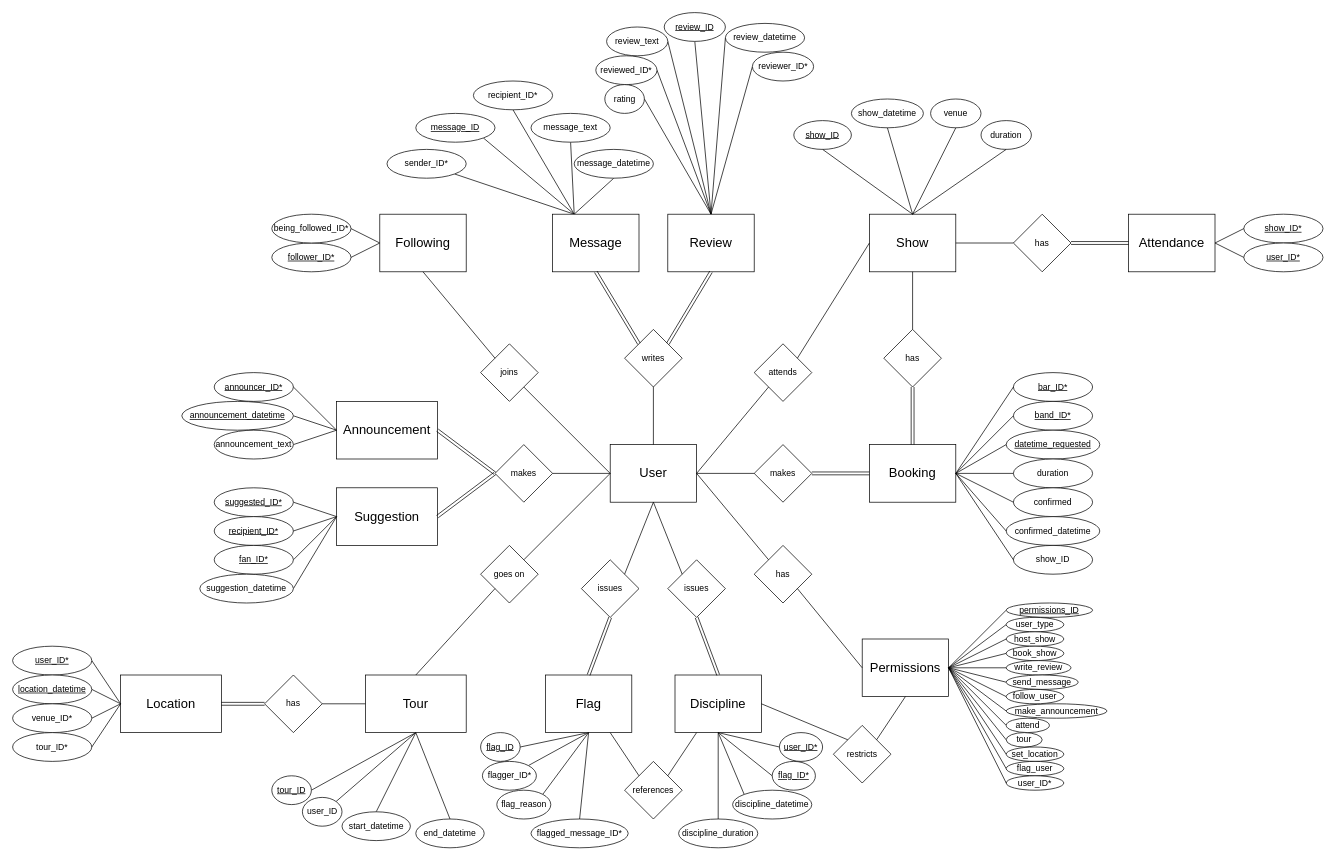
Earlier version of the draw.io diagram er_diagram.drawio (nrwhite88/csc499). Source tidied: cells renumbered, new cells numbered last; positions are measured from the earlier drawing's top-left corner, leaving out a move shared by most shapes. Both pictures are drawn from the tidied source at 72%, with x=0, y=0 at pixel (12, 12).
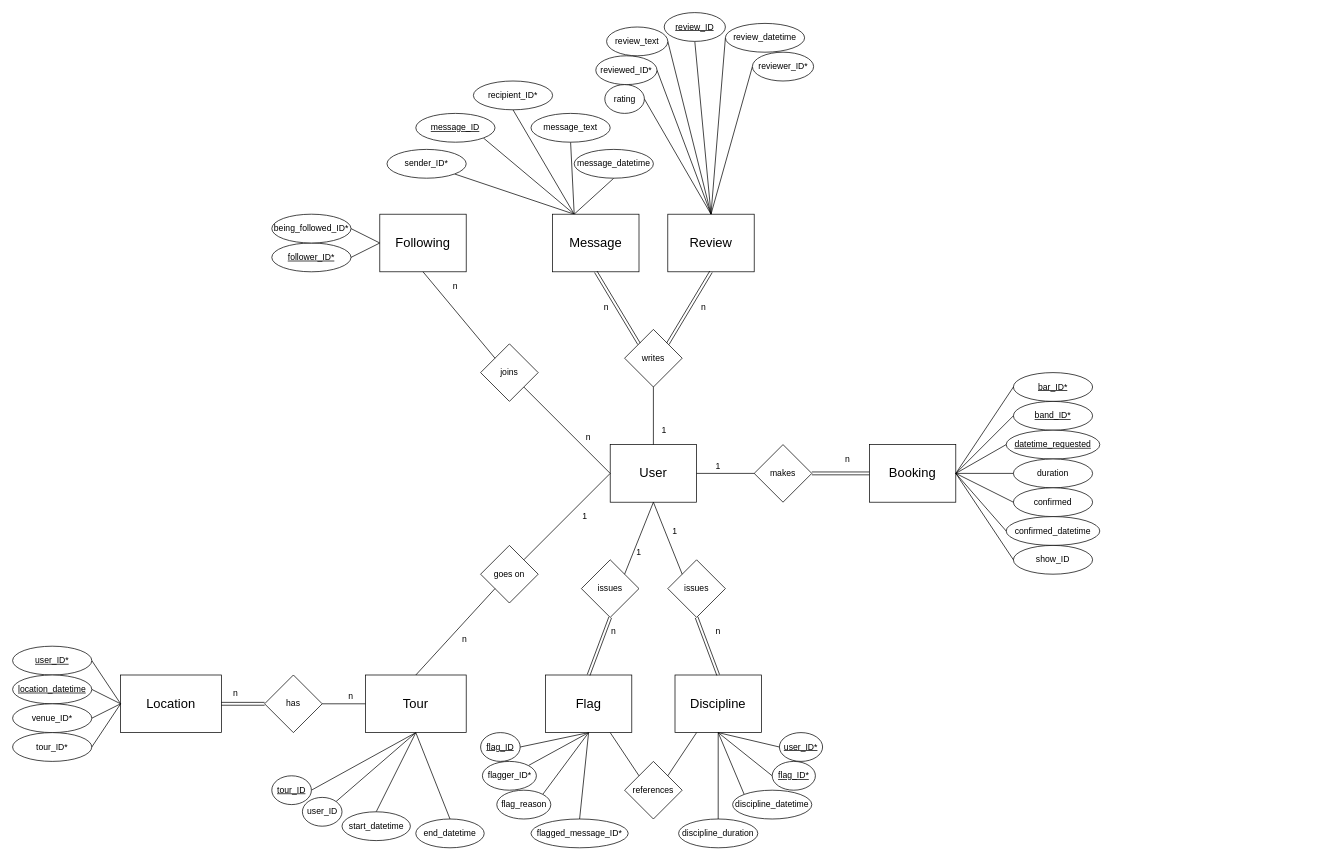
The same diagram, later.

Unchanged cells that the change refers to:
```xml
<mxCell id="2" value="&lt;font style=&quot;font-size: 18px&quot;&gt;User&lt;/font&gt;" style="rounded=0;whiteSpace=wrap;html=1;" parent="1" vertex="1">
  <mxGeometry x="830" y="600" width="120" height="80" as="geometry" />
</mxCell>
<mxCell id="4" value="&lt;font style=&quot;font-size: 18px&quot;&gt;Booking&lt;/font&gt;" style="rounded=0;whiteSpace=wrap;html=1;" parent="1" vertex="1">
  <mxGeometry x="1190" y="600" width="120" height="80" as="geometry" />
</mxCell>
<mxCell id="68" value="&lt;span style=&quot;font-size: 18px&quot;&gt;Discipline&lt;/span&gt;" style="rounded=0;whiteSpace=wrap;html=1;" parent="1" vertex="1">
  <mxGeometry x="920" y="920" width="120" height="80" as="geometry" />
</mxCell>
```

What changed in the source:
```diff
@@
-    <mxCell id="5" value="&lt;font style=&quot;font-size: 18px&quot;&gt;Show&lt;/font&gt;" style="rounded=0;whiteSpace=wrap;html=1;" parent="1" vertex="1">
-      <mxGeometry x="1190" y="280" width="120" height="80" as="geometry" />
-    </mxCell>
-    <mxCell id="6" value="&lt;font style=&quot;font-size: 18px&quot;&gt;Attendance&lt;/font&gt;" style="rounded=0;whiteSpace=wrap;html=1;" parent="1" vertex="1">
-      <mxGeometry x="1550" y="280" width="120" height="80" as="geometry" />
-    </mxCell>
-    <mxCell id="7" value="has" style="rhombus;whiteSpace=wrap;html=1;" parent="1" vertex="1">
-      <mxGeometry x="1390" y="280" width="80" height="80" as="geometry" />
-    </mxCell>
-    <mxCell id="8" value="has" style="rhombus;whiteSpace=wrap;html=1;" parent="1" vertex="1">
-      <mxGeometry x="1210" y="440" width="80" height="80" as="geometry" />
-    </mxCell>
@@
-    <mxCell id="23" style="endArrow=none;html=1;entryX=0;entryY=0.5;entryDx=0;entryDy=0;exitX=1;exitY=0.5;exitDx=0;exitDy=0;" parent="1" edge="1" source="5" target="7">
-      <mxGeometry relative="1" as="geometry" />
-    </mxCell>
-    <mxCell id="24" style="endArrow=none;html=1;entryX=0.5;entryY=1;entryDx=0;entryDy=0;exitX=0.5;exitY=0;exitDx=0;exitDy=0;" parent="1" edge="1" source="8" target="5">
-      <mxGeometry relative="1" as="geometry" />
-    </mxCell>
@@
-    <mxCell id="29" style="shape=link;html=1;entryX=0.5;entryY=0;entryDx=0;entryDy=0;exitX=0.5;exitY=1;exitDx=0;exitDy=0;" parent="1" edge="1" source="8" target="4">
-      <mxGeometry relative="1" as="geometry" />
-    </mxCell>
-    <mxCell id="30" style="shape=link;html=1;entryX=0;entryY=0.5;entryDx=0;entryDy=0;exitX=1;exitY=0.5;exitDx=0;exitDy=0;" parent="1" edge="1" source="7" target="6">
-      <mxGeometry relative="1" as="geometry" />
-    </mxCell>
@@
-    <mxCell id="37" value="makes" style="rhombus;whiteSpace=wrap;html=1;" parent="1" vertex="1">
-      <mxGeometry x="670" y="600" width="80" height="80" as="geometry" />
-    </mxCell>
-    <mxCell id="38" style="edgeStyle=none;rounded=0;jettySize=auto;html=1;exitX=0;exitY=0.5;exitDx=0;exitDy=0;entryX=1;entryY=0.5;entryDx=0;entryDy=0;endArrow=none;endFill=0;" parent="1" edge="1" source="39" target="148">
-      <mxGeometry relative="1" as="geometry" />
-    </mxCell>
-    <mxCell id="39" value="&lt;font style=&quot;font-size: 18px&quot;&gt;Announcement&lt;/font&gt;" style="rounded=0;whiteSpace=wrap;html=1;" parent="1" vertex="1">
-      <mxGeometry x="450" y="540" width="140" height="80" as="geometry" />
-    </mxCell>
-    <mxCell id="40" style="endArrow=none;html=1;entryX=0;entryY=0.5;entryDx=0;entryDy=0;exitX=1;exitY=0.5;exitDx=0;exitDy=0;" parent="1" edge="1" source="37" target="2">
-      <mxGeometry relative="1" as="geometry" />
-    </mxCell>
-    <mxCell id="41" value="attends" style="rhombus;whiteSpace=wrap;html=1;" parent="1" vertex="1">
-      <mxGeometry x="1030" y="460" width="80" height="80" as="geometry" />
-    </mxCell>
-    <mxCell id="42" style="endArrow=none;html=1;entryX=1;entryY=0.5;entryDx=0;entryDy=0;exitX=0;exitY=1;exitDx=0;exitDy=0;" parent="1" edge="1" source="41" target="2">
-      <mxGeometry relative="1" as="geometry" />
-    </mxCell>
-    <mxCell id="43" style="endArrow=none;html=1;entryX=0;entryY=0.5;entryDx=0;entryDy=0;exitX=1;exitY=0;exitDx=0;exitDy=0;" parent="1" edge="1" source="41" target="5">
-      <mxGeometry relative="1" as="geometry" />
-    </mxCell>
-    <mxCell id="44" style="edgeStyle=none;rounded=0;jettySize=auto;html=1;exitX=0;exitY=0.5;exitDx=0;exitDy=0;entryX=1;entryY=0.5;entryDx=0;entryDy=0;endArrow=none;endFill=0;" parent="1" edge="1" source="45" target="153">
-      <mxGeometry relative="1" as="geometry" />
-    </mxCell>
-    <mxCell id="45" value="&lt;font style=&quot;font-size: 18px&quot;&gt;Suggestion&lt;br&gt;&lt;/font&gt;" style="rounded=0;whiteSpace=wrap;html=1;" parent="1" vertex="1">
-      <mxGeometry x="450" y="660" width="140" height="80" as="geometry" />
-    </mxCell>
-    <mxCell id="46" style="shape=link;html=1;entryX=1;entryY=0.5;entryDx=0;entryDy=0;exitX=0;exitY=0.5;exitDx=0;exitDy=0;" parent="1" edge="1" source="37" target="39">
-      <mxGeometry relative="1" as="geometry" />
-    </mxCell>
-    <mxCell id="47" style="shape=link;html=1;entryX=1;entryY=0.5;entryDx=0;entryDy=0;exitX=0;exitY=0.5;exitDx=0;exitDy=0;" parent="1" edge="1" source="37" target="45">
-      <mxGeometry relative="1" as="geometry" />
-    </mxCell>
@@
-    <mxCell id="61" value="has" style="rhombus;whiteSpace=wrap;html=1;" parent="1" vertex="1">
-      <mxGeometry x="1030" y="740" width="80" height="80" as="geometry" />
-    </mxCell>
@@
-    <mxCell id="63" style="endArrow=none;html=1;entryX=1;entryY=0.5;entryDx=0;entryDy=0;exitX=0;exitY=0;exitDx=0;exitDy=0;" parent="1" edge="1" source="61" target="2">
-      <mxGeometry relative="1" as="geometry" />
-    </mxCell>
@@
-    <mxCell id="66" style="edgeStyle=none;rounded=0;jettySize=auto;html=1;exitX=1;exitY=0.5;exitDx=0;exitDy=0;entryX=0;entryY=0.5;entryDx=0;entryDy=0;endArrow=none;endFill=0;" parent="1" edge="1" source="67" target="121">
-      <mxGeometry relative="1" as="geometry" />
-    </mxCell>
-    <mxCell id="67" value="&lt;span style=&quot;font-size: 18px&quot;&gt;Permissions&lt;/span&gt;" style="rounded=0;whiteSpace=wrap;html=1;" parent="1" vertex="1">
-      <mxGeometry x="1180" y="870" width="120" height="80" as="geometry" />
-    </mxCell>
@@
-    <mxCell id="71" style="endArrow=none;html=1;entryX=1;entryY=1;entryDx=0;entryDy=0;exitX=0;exitY=0.5;exitDx=0;exitDy=0;" parent="1" edge="1" source="67" target="61">
-      <mxGeometry relative="1" as="geometry" />
-    </mxCell>
@@
-    <mxCell id="75" value="restricts" style="rhombus;whiteSpace=wrap;html=1;" parent="1" vertex="1">
-      <mxGeometry x="1140" y="990" width="80" height="80" as="geometry" />
-    </mxCell>
-    <mxCell id="76" style="endArrow=none;html=1;entryX=0.5;entryY=1;entryDx=0;entryDy=0;exitX=1;exitY=0;exitDx=0;exitDy=0;" parent="1" edge="1" source="75" target="67">
-      <mxGeometry relative="1" as="geometry" />
-    </mxCell>
-    <mxCell id="77" style="endArrow=none;html=1;entryX=1;entryY=0.5;entryDx=0;entryDy=0;exitX=0;exitY=0;exitDx=0;exitDy=0;" parent="1" edge="1" source="75" target="68">
-      <mxGeometry relative="1" as="geometry" />
-    </mxCell>
@@
-    <mxCell id="92" style="edgeStyle=none;rounded=0;jettySize=auto;html=1;exitX=0;exitY=0.5;exitDx=0;exitDy=0;endArrow=none;endFill=0;" parent="1" edge="1" source="93">
-      <mxGeometry relative="1" as="geometry">
-        <mxPoint x="1300" y="910" as="targetPoint" />
-      </mxGeometry>
-    </mxCell>
-    <mxCell id="93" value="make_announcement" style="ellipse;whiteSpace=wrap;html=1;" parent="1" vertex="1">
-      <mxGeometry x="1380" y="960" width="140" height="20" as="geometry" />
-    </mxCell>
-    <mxCell id="94" style="edgeStyle=none;rounded=0;jettySize=auto;html=1;exitX=0;exitY=0.5;exitDx=0;exitDy=0;endArrow=none;endFill=0;" parent="1" edge="1" source="95">
-      <mxGeometry relative="1" as="geometry">
-        <mxPoint x="1300" y="910" as="targetPoint" />
-      </mxGeometry>
-    </mxCell>
-    <mxCell id="95" value="attend" style="ellipse;whiteSpace=wrap;html=1;" parent="1" vertex="1">
-      <mxGeometry x="1380" y="980" width="60" height="20" as="geometry" />
-    </mxCell>
-    <mxCell id="96" style="edgeStyle=none;rounded=0;jettySize=auto;html=1;exitX=0;exitY=0.5;exitDx=0;exitDy=0;endArrow=none;endFill=0;" parent="1" edge="1" source="97">
-      <mxGeometry relative="1" as="geometry">
-        <mxPoint x="1300" y="910" as="targetPoint" />
-      </mxGeometry>
-    </mxCell>
-    <mxCell id="97" value="tour" style="ellipse;whiteSpace=wrap;html=1;" parent="1" vertex="1">
-      <mxGeometry x="1380" y="1000" width="50" height="20" as="geometry" />
-    </mxCell>
-    <mxCell id="98" style="edgeStyle=none;rounded=0;jettySize=auto;html=1;exitX=0;exitY=0.5;exitDx=0;exitDy=0;endArrow=none;endFill=0;" parent="1" edge="1" source="99">
-      <mxGeometry relative="1" as="geometry">
-        <mxPoint x="1300" y="910" as="targetPoint" />
-      </mxGeometry>
-    </mxCell>
-    <mxCell id="99" value="set_location" style="ellipse;whiteSpace=wrap;html=1;" parent="1" vertex="1">
-      <mxGeometry x="1380" y="1020" width="80" height="20" as="geometry" />
-    </mxCell>
-    <mxCell id="100" style="edgeStyle=none;rounded=0;jettySize=auto;html=1;exitX=0;exitY=0.5;exitDx=0;exitDy=0;entryX=1;entryY=0.5;entryDx=0;entryDy=0;endArrow=none;endFill=0;" parent="1" edge="1" source="101" target="67">
-      <mxGeometry relative="1" as="geometry" />
-    </mxCell>
-    <mxCell id="101" value="flag_user" style="ellipse;whiteSpace=wrap;html=1;" parent="1" vertex="1">
-      <mxGeometry x="1380" y="1040" width="80" height="20" as="geometry" />
-    </mxCell>
-    <mxCell id="102" value="&lt;u&gt;show_ID*&lt;/u&gt;" style="ellipse;whiteSpace=wrap;html=1;" parent="1" vertex="1">
-      <mxGeometry x="1710" y="280" width="110" height="40" as="geometry" />
-    </mxCell>
-    <mxCell id="103" value="&lt;u&gt;user_ID*&lt;/u&gt;" style="ellipse;whiteSpace=wrap;html=1;" parent="1" vertex="1">
-      <mxGeometry x="1710" y="320" width="110" height="40" as="geometry" />
-    </mxCell>
-    <mxCell id="104" value="&lt;u&gt;show_ID&lt;/u&gt;" style="ellipse;whiteSpace=wrap;html=1;" parent="1" vertex="1">
-      <mxGeometry x="1085" y="150" width="80" height="40" as="geometry" />
-    </mxCell>
-    <mxCell id="105" value="show_datetime" style="ellipse;whiteSpace=wrap;html=1;" parent="1" vertex="1">
-      <mxGeometry x="1165" y="120" width="100" height="40" as="geometry" />
-    </mxCell>
-    <mxCell id="106" value="venue" style="ellipse;whiteSpace=wrap;html=1;" parent="1" vertex="1">
-      <mxGeometry x="1275" y="120" width="70" height="40" as="geometry" />
-    </mxCell>
-    <mxCell id="107" value="duration" style="ellipse;whiteSpace=wrap;html=1;" parent="1" vertex="1">
-      <mxGeometry x="1345" y="150" width="70" height="40" as="geometry" />
-    </mxCell>
-    <mxCell id="108" style="endArrow=none;html=1;entryX=0.5;entryY=1;entryDx=0;entryDy=0;exitX=0.5;exitY=0;exitDx=0;exitDy=0;" parent="1" edge="1" source="5" target="104">
-      <mxGeometry relative="1" as="geometry" />
-    </mxCell>
-    <mxCell id="109" style="endArrow=none;html=1;entryX=0.5;entryY=1;entryDx=0;entryDy=0;exitX=0.5;exitY=0;exitDx=0;exitDy=0;" parent="1" edge="1" source="5" target="105">
-      <mxGeometry relative="1" as="geometry" />
-    </mxCell>
-    <mxCell id="110" style="endArrow=none;html=1;entryX=0.5;entryY=1;entryDx=0;entryDy=0;exitX=0.5;exitY=0;exitDx=0;exitDy=0;" parent="1" edge="1" source="5" target="106">
-      <mxGeometry relative="1" as="geometry" />
-    </mxCell>
-    <mxCell id="111" style="endArrow=none;html=1;entryX=0.5;entryY=1;entryDx=0;entryDy=0;exitX=0.5;exitY=0;exitDx=0;exitDy=0;" parent="1" edge="1" source="5" target="107">
-      <mxGeometry relative="1" as="geometry" />
-    </mxCell>
-    <mxCell id="112" style="endArrow=none;html=1;entryX=0;entryY=0.5;entryDx=0;entryDy=0;exitX=1;exitY=0.5;exitDx=0;exitDy=0;" parent="1" edge="1" source="6" target="103">
-      <mxGeometry relative="1" as="geometry" />
-    </mxCell>
-    <mxCell id="113" style="endArrow=none;html=1;entryX=0;entryY=0.5;entryDx=0;entryDy=0;exitX=1;exitY=0.5;exitDx=0;exitDy=0;" parent="1" edge="1" source="6" target="102">
-      <mxGeometry relative="1" as="geometry" />
-    </mxCell>
@@
-    <mxCell id="121" value="&lt;u&gt;permissions_ID&lt;/u&gt;" style="ellipse;whiteSpace=wrap;html=1;" parent="1" vertex="1">
-      <mxGeometry x="1380" y="820" width="120" height="20" as="geometry" />
-    </mxCell>
-    <mxCell id="122" style="edgeStyle=none;rounded=0;jettySize=auto;html=1;exitX=0;exitY=0.5;exitDx=0;exitDy=0;endArrow=none;endFill=0;" parent="1" edge="1" source="123">
-      <mxGeometry relative="1" as="geometry">
-        <mxPoint x="1300" y="910" as="targetPoint" />
-      </mxGeometry>
-    </mxCell>
-    <mxCell id="123" value="user_type" style="ellipse;whiteSpace=wrap;html=1;" parent="1" vertex="1">
-      <mxGeometry x="1380" y="840" width="80" height="20" as="geometry" />
-    </mxCell>
-    <mxCell id="124" style="edgeStyle=none;rounded=0;jettySize=auto;html=1;exitX=0;exitY=0.5;exitDx=0;exitDy=0;endArrow=none;endFill=0;" parent="1" edge="1" source="125">
-      <mxGeometry relative="1" as="geometry">
-        <mxPoint x="1300" y="910" as="targetPoint" />
-      </mxGeometry>
-    </mxCell>
-    <mxCell id="125" value="host_show" style="ellipse;whiteSpace=wrap;html=1;" parent="1" vertex="1">
-      <mxGeometry x="1380" y="860" width="80" height="20" as="geometry" />
-    </mxCell>
-    <mxCell id="126" style="edgeStyle=none;rounded=0;jettySize=auto;html=1;exitX=0;exitY=0.5;exitDx=0;exitDy=0;endArrow=none;endFill=0;" parent="1" edge="1" source="127">
-      <mxGeometry relative="1" as="geometry">
-        <mxPoint x="1300" y="910" as="targetPoint" />
-      </mxGeometry>
-    </mxCell>
-    <mxCell id="127" value="book_show" style="ellipse;whiteSpace=wrap;html=1;" parent="1" vertex="1">
-      <mxGeometry x="1380" y="880" width="80" height="20" as="geometry" />
-    </mxCell>
-    <mxCell id="128" style="edgeStyle=none;rounded=0;jettySize=auto;html=1;exitX=0;exitY=0.5;exitDx=0;exitDy=0;endArrow=none;endFill=0;" parent="1" edge="1" source="129">
-      <mxGeometry relative="1" as="geometry">
-        <mxPoint x="1300" y="910" as="targetPoint" />
-      </mxGeometry>
-    </mxCell>
-    <mxCell id="129" value="write_review" style="ellipse;whiteSpace=wrap;html=1;" parent="1" vertex="1">
-      <mxGeometry x="1380" y="900" width="90" height="20" as="geometry" />
-    </mxCell>
-    <mxCell id="130" style="edgeStyle=none;rounded=0;jettySize=auto;html=1;exitX=0;exitY=0.5;exitDx=0;exitDy=0;endArrow=none;endFill=0;" parent="1" edge="1" source="131">
-      <mxGeometry relative="1" as="geometry">
-        <mxPoint x="1300" y="910" as="targetPoint" />
-      </mxGeometry>
-    </mxCell>
-    <mxCell id="131" value="send_message" style="ellipse;whiteSpace=wrap;html=1;" parent="1" vertex="1">
-      <mxGeometry x="1380" y="920" width="100" height="20" as="geometry" />
-    </mxCell>
-    <mxCell id="132" style="edgeStyle=none;rounded=0;jettySize=auto;html=1;exitX=0;exitY=0.5;exitDx=0;exitDy=0;endArrow=none;endFill=0;" parent="1" edge="1" source="133">
-      <mxGeometry relative="1" as="geometry">
-        <mxPoint x="1300" y="910" as="targetPoint" />
-      </mxGeometry>
-    </mxCell>
-    <mxCell id="133" value="follow_user" style="ellipse;whiteSpace=wrap;html=1;" parent="1" vertex="1">
-      <mxGeometry x="1380" y="940" width="80" height="20" as="geometry" />
-    </mxCell>
@@
-    <mxCell id="148" value="&lt;u&gt;announcer_ID*&lt;/u&gt;" style="ellipse;whiteSpace=wrap;html=1;" parent="1" vertex="1">
-      <mxGeometry x="280" y="500" width="110" height="40" as="geometry" />
-    </mxCell>
-    <mxCell id="149" style="edgeStyle=none;rounded=0;jettySize=auto;html=1;exitX=1;exitY=0.5;exitDx=0;exitDy=0;entryX=0;entryY=0.5;entryDx=0;entryDy=0;endArrow=none;endFill=0;" parent="1" edge="1" source="150" target="39">
-      <mxGeometry relative="1" as="geometry" />
-    </mxCell>
-    <mxCell id="150" value="&lt;u&gt;announcement_datetime&lt;/u&gt;" style="ellipse;whiteSpace=wrap;html=1;" parent="1" vertex="1">
-      <mxGeometry x="235" y="540" width="155" height="40" as="geometry" />
-    </mxCell>
-    <mxCell id="151" style="edgeStyle=none;rounded=0;jettySize=auto;html=1;exitX=1;exitY=0.5;exitDx=0;exitDy=0;entryX=0;entryY=0.5;entryDx=0;entryDy=0;endArrow=none;endFill=0;" parent="1" edge="1" source="152" target="39">
-      <mxGeometry relative="1" as="geometry" />
-    </mxCell>
-    <mxCell id="152" value="announcement_text" style="ellipse;whiteSpace=wrap;html=1;" parent="1" vertex="1">
-      <mxGeometry x="280" y="580" width="110" height="40" as="geometry" />
-    </mxCell>
-    <mxCell id="153" value="&lt;u&gt;suggested_ID*&lt;/u&gt;" style="ellipse;whiteSpace=wrap;html=1;" parent="1" vertex="1">
-      <mxGeometry x="280" y="660" width="110" height="40" as="geometry" />
-    </mxCell>
-    <mxCell id="154" style="edgeStyle=none;rounded=0;jettySize=auto;html=1;exitX=1;exitY=0.5;exitDx=0;exitDy=0;endArrow=none;endFill=0;" parent="1" edge="1" source="155">
-      <mxGeometry relative="1" as="geometry">
-        <mxPoint x="450" y="700" as="targetPoint" />
-      </mxGeometry>
-    </mxCell>
-    <mxCell id="155" value="&lt;u&gt;recipient_ID*&lt;/u&gt;" style="ellipse;whiteSpace=wrap;html=1;" parent="1" vertex="1">
-      <mxGeometry x="280" y="700" width="110" height="40" as="geometry" />
-    </mxCell>
-    <mxCell id="156" style="edgeStyle=none;rounded=0;jettySize=auto;html=1;exitX=1;exitY=0.5;exitDx=0;exitDy=0;endArrow=none;endFill=0;" parent="1" edge="1" source="157">
-      <mxGeometry relative="1" as="geometry">
-        <mxPoint x="450" y="700" as="targetPoint" />
-      </mxGeometry>
-    </mxCell>
-    <mxCell id="157" value="&lt;u&gt;fan_ID*&lt;/u&gt;" style="ellipse;whiteSpace=wrap;html=1;" parent="1" vertex="1">
-      <mxGeometry x="280" y="740" width="110" height="40" as="geometry" />
-    </mxCell>
-    <mxCell id="158" style="edgeStyle=none;rounded=0;jettySize=auto;html=1;exitX=1;exitY=0.5;exitDx=0;exitDy=0;entryX=0;entryY=0.5;entryDx=0;entryDy=0;endArrow=none;endFill=0;" parent="1" edge="1" source="159" target="45">
-      <mxGeometry relative="1" as="geometry" />
-    </mxCell>
-    <mxCell id="159" value="suggestion_datetime" style="ellipse;whiteSpace=wrap;html=1;" parent="1" vertex="1">
-      <mxGeometry x="260" y="780" width="130" height="40" as="geometry" />
-    </mxCell>
@@
-    <mxCell id="182" value="user_ID*" style="ellipse;whiteSpace=wrap;html=1;" parent="1" vertex="1">
-      <mxGeometry x="1380" y="1060" width="80" height="20" as="geometry" />
-    </mxCell>
-    <mxCell id="183" style="edgeStyle=none;rounded=0;jettySize=auto;html=1;exitX=0;exitY=0.5;exitDx=0;exitDy=0;endArrow=none;endFill=0;entryX=1;entryY=0.5;entryDx=0;entryDy=0;" parent="1" edge="1" source="182" target="67">
-      <mxGeometry relative="1" as="geometry" />
-    </mxCell>
+    <mxCell id="184" value="1" style="text;html=1;strokeColor=none;fillColor=none;align=center;verticalAlign=middle;whiteSpace=wrap;rounded=0;" parent="1" vertex="1">
+      <mxGeometry x="960" y="620" width="40" height="20" as="geometry" />
+    </mxCell>
+    <mxCell id="185" value="n" style="text;html=1;strokeColor=none;fillColor=none;align=center;verticalAlign=middle;whiteSpace=wrap;rounded=0;" parent="1" vertex="1">
+      <mxGeometry x="1140" y="610" width="40" height="20" as="geometry" />
+    </mxCell>
+    <mxCell id="186" value="n" style="text;html=1;strokeColor=none;fillColor=none;align=center;verticalAlign=middle;whiteSpace=wrap;rounded=0;" parent="1" vertex="1">
+      <mxGeometry x="595" y="370" width="40" height="20" as="geometry" />
+    </mxCell>
+    <mxCell id="187" value="n" style="text;html=1;strokeColor=none;fillColor=none;align=center;verticalAlign=middle;whiteSpace=wrap;rounded=0;" parent="1" vertex="1">
+      <mxGeometry x="780" y="580" width="40" height="20" as="geometry" />
+    </mxCell>
+    <mxCell id="188" value="n" style="text;html=1;strokeColor=none;fillColor=none;align=center;verticalAlign=middle;whiteSpace=wrap;rounded=0;" parent="1" vertex="1">
+      <mxGeometry x="940" y="400" width="40" height="20" as="geometry" />
+    </mxCell>
+    <mxCell id="189" value="n" style="text;html=1;strokeColor=none;fillColor=none;align=center;verticalAlign=middle;whiteSpace=wrap;rounded=0;" parent="1" vertex="1">
+      <mxGeometry x="805" y="400" width="40" height="20" as="geometry" />
+    </mxCell>
+    <mxCell id="190" value="1" style="text;html=1;strokeColor=none;fillColor=none;align=center;verticalAlign=middle;whiteSpace=wrap;rounded=0;" parent="1" vertex="1">
+      <mxGeometry x="885" y="570" width="40" height="20" as="geometry" />
+    </mxCell>
+    <mxCell id="191" value="n" style="text;html=1;strokeColor=none;fillColor=none;align=center;verticalAlign=middle;whiteSpace=wrap;rounded=0;" parent="1" vertex="1">
+      <mxGeometry x="960" y="850" width="40" height="20" as="geometry" />
+    </mxCell>
+    <mxCell id="192" value="n" style="text;html=1;strokeColor=none;fillColor=none;align=center;verticalAlign=middle;whiteSpace=wrap;rounded=0;" parent="1" vertex="1">
+      <mxGeometry x="815" y="850" width="40" height="20" as="geometry" />
+    </mxCell>
+    <mxCell id="193" value="1" style="text;html=1;strokeColor=none;fillColor=none;align=center;verticalAlign=middle;whiteSpace=wrap;rounded=0;" parent="1" vertex="1">
+      <mxGeometry x="900" y="710" width="40" height="20" as="geometry" />
+    </mxCell>
+    <mxCell id="194" value="1" style="text;html=1;strokeColor=none;fillColor=none;align=center;verticalAlign=middle;whiteSpace=wrap;rounded=0;" parent="1" vertex="1">
+      <mxGeometry x="850" y="740" width="40" height="20" as="geometry" />
+    </mxCell>
+    <mxCell id="195" value="n" style="text;html=1;strokeColor=none;fillColor=none;align=center;verticalAlign=middle;whiteSpace=wrap;rounded=0;" parent="1" vertex="1">
+      <mxGeometry x="607.5" y="860" width="40" height="20" as="geometry" />
+    </mxCell>
+    <mxCell id="196" value="1" style="text;html=1;strokeColor=none;fillColor=none;align=center;verticalAlign=middle;whiteSpace=wrap;rounded=0;" parent="1" vertex="1">
+      <mxGeometry x="775" y="690" width="40" height="20" as="geometry" />
+    </mxCell>
+    <mxCell id="197" value="n" style="text;html=1;strokeColor=none;fillColor=none;align=center;verticalAlign=middle;whiteSpace=wrap;rounded=0;" parent="1" vertex="1">
+      <mxGeometry x="290" y="935" width="40" height="20" as="geometry" />
+    </mxCell>
+    <mxCell id="198" value="n" style="text;html=1;strokeColor=none;fillColor=none;align=center;verticalAlign=middle;whiteSpace=wrap;rounded=0;" parent="1" vertex="1">
+      <mxGeometry x="450" y="940" width="40" height="20" as="geometry" />
+    </mxCell>
```
